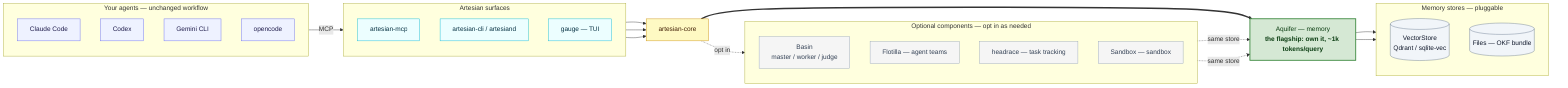
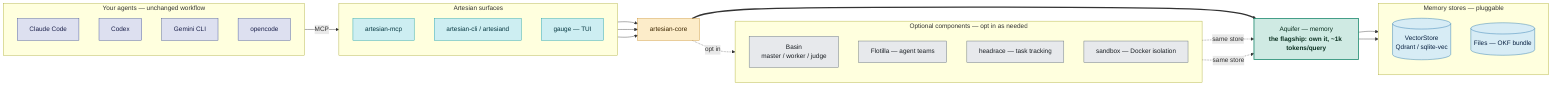
flowchart LR
  subgraph agents["Your agents — unchanged workflow"]
    direction TB
    CC[Claude Code]:::agent
    CX[Codex]:::agent
    GM[Gemini CLI]:::agent
    OC[opencode]:::agent
  end

  subgraph surfaces["Artesian surfaces"]
    direction TB
    MCP[artesian-mcp]:::surface
    CLI["artesian-cli / artesiand"]:::surface
    TUI["gauge — TUI"]:::surface
  end

  CORE[artesian-core]:::core

  MEM["Aquifer — memory<br/><b>the flagship: own it, ~1k tokens/query</b>"]:::flagship

  subgraph stores["Memory stores — pluggable"]
    direction TB
    VS[("VectorStore<br/>Qdrant / sqlite-vec")]:::store
    FB[("Files — OKF bundle")]:::store
  end

  subgraph opt["Optional components — opt in as needed"]
    direction TB
    ORCH["Basin<br/>master / worker / judge"]:::cap
    TEAMS["Flotilla — agent teams"]:::cap
    TASKS["headrace — task tracking"]:::cap
-     SBX["Sandbox — sandbox"]:::cap
+     SBX["sandbox — Docker isolation"]:::cap
  end

  agents -->|MCP| MCP
  MCP --> CORE
  CLI --> CORE
  TUI --> CORE
  CORE ==> MEM
  MEM --> VS
  MEM --> FB
  CORE -.->|opt in| opt
  ORCH -.->|same store| MEM
  TEAMS -.->|same store| MEM

-   classDef agent fill:#eef2ff,stroke:#6366f1,color:#1e1b4b;
-   classDef surface fill:#ecfeff,stroke:#06b6d4,color:#083344;
-   classDef core fill:#fef9c3,stroke:#ca8a04,color:#422006;
-   classDef flagship fill:#d5e8d4,stroke:#2f8132,color:#0b3d12,stroke-width:2px;
-   classDef cap fill:#f5f5f5,stroke:#94a3b8,color:#334155;
-   classDef store fill:#f1f5f9,stroke:#64748b,color:#0f172a;
+   classDef agent    fill:#dde0f0,stroke:#3b4a96,color:#1a1f4a;
+   classDef surface  fill:#cdeef2,stroke:#0f9aa8,color:#073740;
+   classDef core     fill:#fcecc9,stroke:#c98a1e,color:#3d2700;
+   classDef flagship fill:#cfeae3,stroke:#1f8a70,color:#0b3020,stroke-width:2px;
+   classDef cap      fill:#e7e9ec,stroke:#5b6770,color:#1a1f24;
+   classDef store    fill:#d7ecf5,stroke:#1b6ca8,color:#082040;
